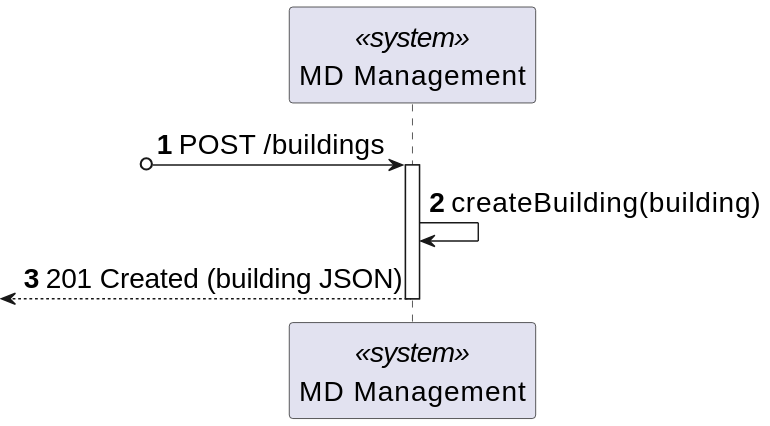
Earlier version of the PlantUML export _wiki/sprint-a/us18-350/views/level-2/assets/process-view.svg (miseEnPlace-dev/lapr5).
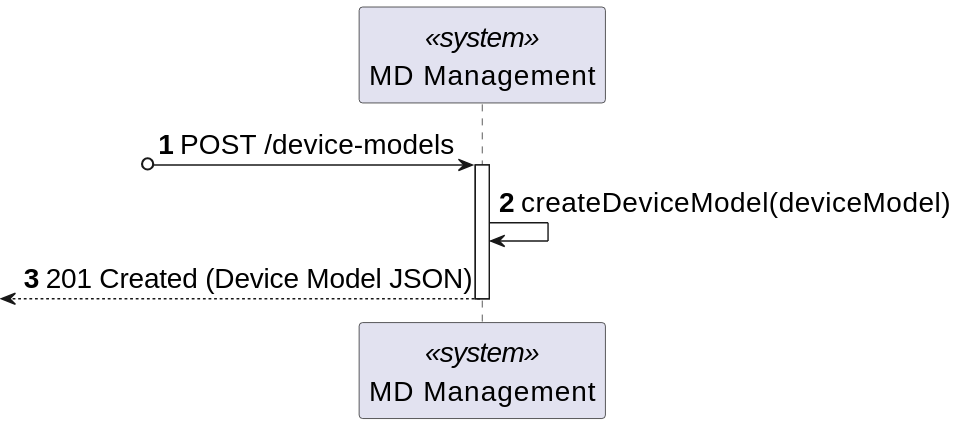
After the commit.

Commit message:
docs(us-350): added process views

The edit, as a diff of the source:
```diff
@@ -3,11 +3,10 @@
 autonumber
 participant SYS as "MD Management" <<system>>
 
-
-?o-> SYS : POST /buildings
+?o-> SYS : POST /device-models
 activate SYS
 
-SYS -> SYS : createBuilding(building)
-<-- SYS : 201 Created (building JSON)
+SYS -> SYS : createDeviceModel(deviceModel)
+<-- SYS : 201 Created (Device Model JSON)
 deactivate SYS
 @enduml
```
